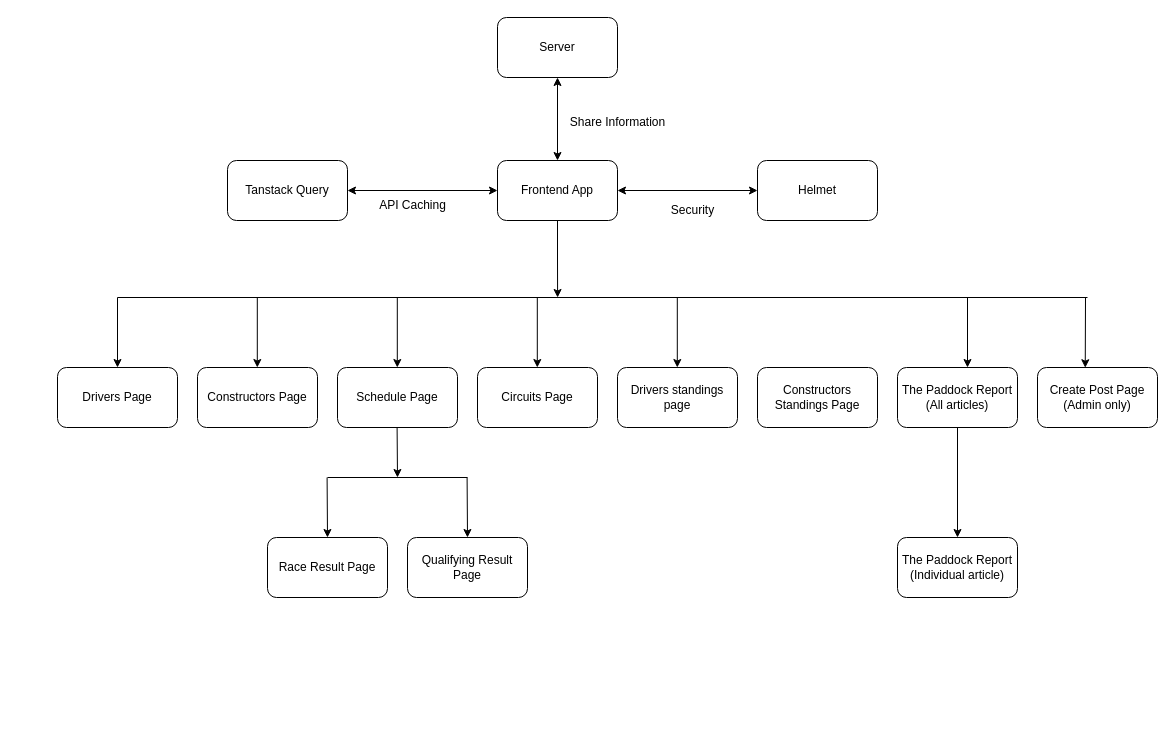
Earlier version of the draw.io diagram documentation/gridbox-frontend.drawio (roshith-prakash/Gridbox-F1-Frontend). Source tidied: cells renumbered, new cells numbered last; positions are measured from the earlier drawing's top-left corner, leaving out a move shared by most shapes. Both pictures are drawn from the tidied source at 100%, with x=0, y=0 at pixel (57, 17).
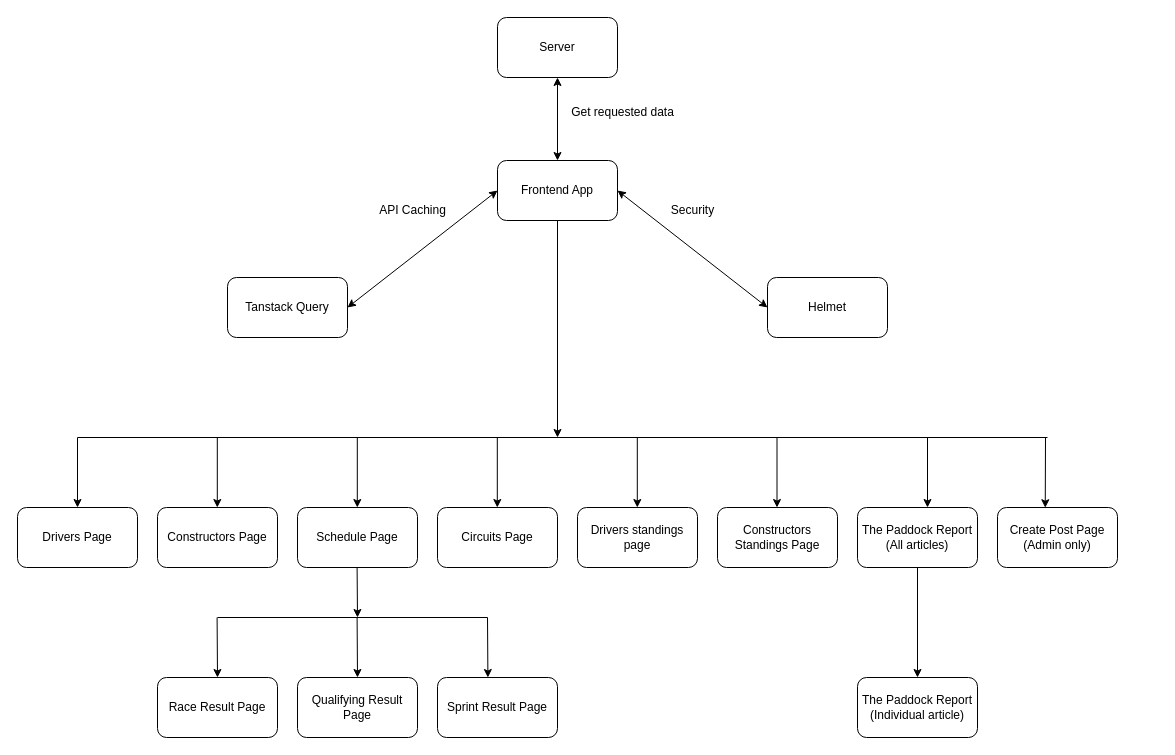
The same diagram, later.

Unchanged cells that the change refers to:
```xml
<mxCell id="3" value="Frontend App" style="rounded=1;whiteSpace=wrap;html=1;" parent="1" vertex="1">
  <mxGeometry x="440" y="143" width="120" height="60" as="geometry" />
</mxCell>
```

What changed in the source:
```diff
@@
     <mxCell id="2" style="edgeStyle=orthogonalEdgeStyle;rounded=0;jettySize=auto;html=1;exitX=0.5;exitY=1;exitDx=0;exitDy=0;" parent="1" edge="1" source="3">
       <mxGeometry relative="1" as="geometry">
-        <mxPoint x="500.1" y="280" as="targetPoint" />
+        <mxPoint x="500" y="420" as="targetPoint" />
       </mxGeometry>
     </mxCell>
@@
-    <mxCell id="6" value="Share Information" style="text;html=1;align=center;verticalAlign=middle;strokeColor=none;fillColor=none;" parent="1" vertex="1">
-      <mxGeometry x="500" y="90" width="120" height="30" as="geometry" />
+    <mxCell id="6" value="Get requested data" style="text;html=1;align=center;verticalAlign=middle;strokeColor=none;fillColor=none;" parent="1" vertex="1">
+      <mxGeometry x="500" y="80" width="130" height="30" as="geometry" />
     </mxCell>
     <mxCell id="7" value="Drivers Page" style="rounded=1;whiteSpace=wrap;html=1;" parent="1" vertex="1">
-      <mxGeometry y="350" width="120" height="60" as="geometry" />
+      <mxGeometry x="-40" y="490" width="120" height="60" as="geometry" />
     </mxCell>
     <mxCell id="8" value="Constructors Page" style="rounded=1;whiteSpace=wrap;html=1;" parent="1" vertex="1">
-      <mxGeometry x="140" y="350" width="120" height="60" as="geometry" />
+      <mxGeometry x="100" y="490" width="120" height="60" as="geometry" />
     </mxCell>
     <mxCell id="9" value="Schedule Page" style="rounded=1;whiteSpace=wrap;html=1;" parent="1" vertex="1">
-      <mxGeometry x="280" y="350" width="120" height="60" as="geometry" />
+      <mxGeometry x="240" y="490" width="120" height="60" as="geometry" />
     </mxCell>
     <mxCell id="10" value="Circuits Page" style="rounded=1;whiteSpace=wrap;html=1;" parent="1" vertex="1">
-      <mxGeometry x="420" y="350" width="120" height="60" as="geometry" />
+      <mxGeometry x="380" y="490" width="120" height="60" as="geometry" />
     </mxCell>
     <mxCell id="11" value="Drivers standings page" style="rounded=1;whiteSpace=wrap;html=1;" parent="1" vertex="1">
-      <mxGeometry x="560" y="350" width="120" height="60" as="geometry" />
+      <mxGeometry x="520" y="490" width="120" height="60" as="geometry" />
     </mxCell>
     <mxCell id="12" value="Constructors Standings Page" style="rounded=1;whiteSpace=wrap;html=1;" parent="1" vertex="1">
-      <mxGeometry x="700" y="350" width="120" height="60" as="geometry" />
+      <mxGeometry x="660" y="490" width="120" height="60" as="geometry" />
     </mxCell>
@@
     <mxCell id="14" value="The Paddock Report (All articles)" style="rounded=1;whiteSpace=wrap;html=1;" parent="1" vertex="1">
-      <mxGeometry x="840" y="350" width="120" height="60" as="geometry" />
+      <mxGeometry x="800" y="490" width="120" height="60" as="geometry" />
     </mxCell>
     <mxCell id="15" value="Race Result Page" style="rounded=1;whiteSpace=wrap;html=1;" parent="1" vertex="1">
-      <mxGeometry x="210" y="520" width="120" height="60" as="geometry" />
+      <mxGeometry x="100" y="660" width="120" height="60" as="geometry" />
     </mxCell>
     <mxCell id="16" value="Qualifying Result Page" style="rounded=1;whiteSpace=wrap;html=1;" parent="1" vertex="1">
-      <mxGeometry x="350" y="520" width="120" height="60" as="geometry" />
+      <mxGeometry x="240" y="660" width="120" height="60" as="geometry" />
     </mxCell>
     <mxCell id="17" style="endArrow=none;html=1;rounded=0;" parent="1" edge="1">
       <mxGeometry relative="1" as="geometry">
-        <mxPoint x="60" y="280" as="sourcePoint" />
-        <mxPoint x="1030" y="280" as="targetPoint" />
+        <mxPoint x="20" y="420" as="sourcePoint" />
+        <mxPoint x="990" y="420" as="targetPoint" />
       </mxGeometry>
     </mxCell>
-    <mxCell id="18" style="endArrow=classic;html=1;rounded=0;entryX=0.5;entryY=0;entryDx=0;entryDy=0;" parent="1" edge="1" target="7">
+    <mxCell id="18" style="endArrow=classic;html=1;rounded=0;entryX=0.5;entryY=0;entryDx=0;entryDy=0;" parent="1" edge="1">
       <mxGeometry relative="1" as="geometry">
-        <mxPoint x="60" y="280" as="sourcePoint" />
+        <mxPoint x="20" y="420" as="sourcePoint" />
+        <mxPoint x="20" y="490" as="targetPoint" />
       </mxGeometry>
     </mxCell>
     <mxCell id="19" style="endArrow=classic;html=1;rounded=0;entryX=0.5;entryY=0;entryDx=0;entryDy=0;" parent="1" edge="1">
       <mxGeometry relative="1" as="geometry">
-        <mxPoint x="199.8" y="280" as="sourcePoint" />
-        <mxPoint x="199.8" y="350" as="targetPoint" />
+        <mxPoint x="159.8" y="420" as="sourcePoint" />
+        <mxPoint x="159.8" y="490" as="targetPoint" />
       </mxGeometry>
     </mxCell>
     <mxCell id="20" style="endArrow=classic;html=1;rounded=0;entryX=0.5;entryY=0;entryDx=0;entryDy=0;" parent="1" edge="1">
       <mxGeometry relative="1" as="geometry">
-        <mxPoint x="339.8" y="280" as="sourcePoint" />
-        <mxPoint x="339.8" y="350" as="targetPoint" />
+        <mxPoint x="299.8" y="420" as="sourcePoint" />
+        <mxPoint x="299.8" y="490" as="targetPoint" />
       </mxGeometry>
     </mxCell>
     <mxCell id="21" style="endArrow=classic;html=1;rounded=0;entryX=0.5;entryY=0;entryDx=0;entryDy=0;" parent="1" edge="1">
       <mxGeometry relative="1" as="geometry">
-        <mxPoint x="479.8" y="280" as="sourcePoint" />
-        <mxPoint x="479.8" y="350" as="targetPoint" />
+        <mxPoint x="439.8" y="420" as="sourcePoint" />
+        <mxPoint x="439.8" y="490" as="targetPoint" />
       </mxGeometry>
     </mxCell>
     <mxCell id="22" style="endArrow=classic;html=1;rounded=0;entryX=0.5;entryY=0;entryDx=0;entryDy=0;" parent="1" edge="1">
       <mxGeometry relative="1" as="geometry">
-        <mxPoint x="619.8" y="280" as="sourcePoint" />
-        <mxPoint x="619.8" y="350" as="targetPoint" />
+        <mxPoint x="579.8" y="420" as="sourcePoint" />
+        <mxPoint x="579.8" y="490" as="targetPoint" />
       </mxGeometry>
     </mxCell>
     <mxCell id="23" style="endArrow=classic;html=1;rounded=0;entryX=0.5;entryY=0;entryDx=0;entryDy=0;" parent="1" edge="1">
       <mxGeometry relative="1" as="geometry">
-        <mxPoint x="910" y="280" as="sourcePoint" />
-        <mxPoint x="910" y="350" as="targetPoint" />
+        <mxPoint x="870" y="420" as="sourcePoint" />
+        <mxPoint x="870" y="490" as="targetPoint" />
       </mxGeometry>
     </mxCell>
     <mxCell id="24" style="endArrow=none;html=1;rounded=0;" parent="1" edge="1">
       <mxGeometry relative="1" as="geometry">
-        <mxPoint x="270" y="460" as="sourcePoint" />
-        <mxPoint x="410" y="460" as="targetPoint" />
+        <mxPoint x="160" y="600" as="sourcePoint" />
+        <mxPoint x="430" y="600" as="targetPoint" />
       </mxGeometry>
     </mxCell>
     <mxCell id="25" style="endArrow=classic;html=1;rounded=0;" parent="1" edge="1">
       <mxGeometry relative="1" as="geometry">
-        <mxPoint x="339.6" y="410" as="sourcePoint" />
-        <mxPoint x="340" y="460" as="targetPoint" />
+        <mxPoint x="299.6" y="550" as="sourcePoint" />
+        <mxPoint x="300" y="600" as="targetPoint" />
       </mxGeometry>
     </mxCell>
     <mxCell id="26" style="endArrow=classic;html=1;rounded=0;" parent="1" edge="1">
       <mxGeometry relative="1" as="geometry">
-        <mxPoint x="269.6" y="460" as="sourcePoint" />
-        <mxPoint x="270" y="520" as="targetPoint" />
+        <mxPoint x="159.6" y="600" as="sourcePoint" />
+        <mxPoint x="160" y="660" as="targetPoint" />
       </mxGeometry>
     </mxCell>
     <mxCell id="27" style="endArrow=classic;html=1;rounded=0;" parent="1" edge="1">
       <mxGeometry relative="1" as="geometry">
-        <mxPoint x="409.6" y="460" as="sourcePoint" />
-        <mxPoint x="410" y="520" as="targetPoint" />
+        <mxPoint x="299.6" y="600" as="sourcePoint" />
+        <mxPoint x="300" y="660" as="targetPoint" />
       </mxGeometry>
     </mxCell>
     <mxCell id="28" value="The Paddock Report (Individual article)" style="rounded=1;whiteSpace=wrap;html=1;" parent="1" vertex="1">
-      <mxGeometry x="840" y="520" width="120" height="60" as="geometry" />
+      <mxGeometry x="800" y="660" width="120" height="60" as="geometry" />
     </mxCell>
     <mxCell id="29" value="Tanstack Query" style="rounded=1;whiteSpace=wrap;html=1;" parent="1" vertex="1">
-      <mxGeometry x="170" y="143" width="120" height="60" as="geometry" />
+      <mxGeometry x="170" y="260" width="120" height="60" as="geometry" />
     </mxCell>
@@
     <mxCell id="31" value="Helmet" style="rounded=1;whiteSpace=wrap;html=1;" parent="1" vertex="1">
-      <mxGeometry x="700" y="143" width="120" height="60" as="geometry" />
+      <mxGeometry x="710" y="260" width="120" height="60" as="geometry" />
     </mxCell>
@@
     <mxCell id="33" value="API Caching" style="text;html=1;align=center;verticalAlign=middle;strokeColor=none;fillColor=none;" parent="1" vertex="1">
-      <mxGeometry x="310" y="173" width="90" height="30" as="geometry" />
+      <mxGeometry x="310" y="178" width="90" height="30" as="geometry" />
     </mxCell>
@@
     <mxCell id="35" value="Create Post Page&lt;br&gt;(Admin only)" style="rounded=1;whiteSpace=wrap;html=1;" parent="1" vertex="1">
-      <mxGeometry x="980" y="350" width="120" height="60" as="geometry" />
+      <mxGeometry x="940" y="490" width="120" height="60" as="geometry" />
     </mxCell>
     <mxCell id="36" style="endArrow=classic;html=1;rounded=0;entryX=0.398;entryY=0.004;entryDx=0;entryDy=0;entryPerimeter=0;" parent="1" edge="1" target="35">
       <mxGeometry relative="1" as="geometry">
-        <mxPoint x="1028" y="280" as="sourcePoint" />
+        <mxPoint x="988" y="420" as="sourcePoint" />
       </mxGeometry>
     </mxCell>
+    <mxCell id="37" style="endArrow=classic;html=1;rounded=0;entryX=0.5;entryY=0;entryDx=0;entryDy=0;" parent="1" edge="1">
+      <mxGeometry relative="1" as="geometry">
+        <mxPoint x="719.5" y="420" as="sourcePoint" />
+        <mxPoint x="719.5" y="490" as="targetPoint" />
+      </mxGeometry>
+    </mxCell>
+    <mxCell id="38" value="Sprint Result Page" style="rounded=1;whiteSpace=wrap;html=1;" parent="1" vertex="1">
+      <mxGeometry x="380" y="660" width="120" height="60" as="geometry" />
+    </mxCell>
+    <mxCell id="39" style="endArrow=classic;html=1;rounded=0;" parent="1" edge="1">
+      <mxGeometry relative="1" as="geometry">
+        <mxPoint x="430" y="600" as="sourcePoint" />
+        <mxPoint x="430.4" y="660" as="targetPoint" />
+      </mxGeometry>
+    </mxCell>
```
